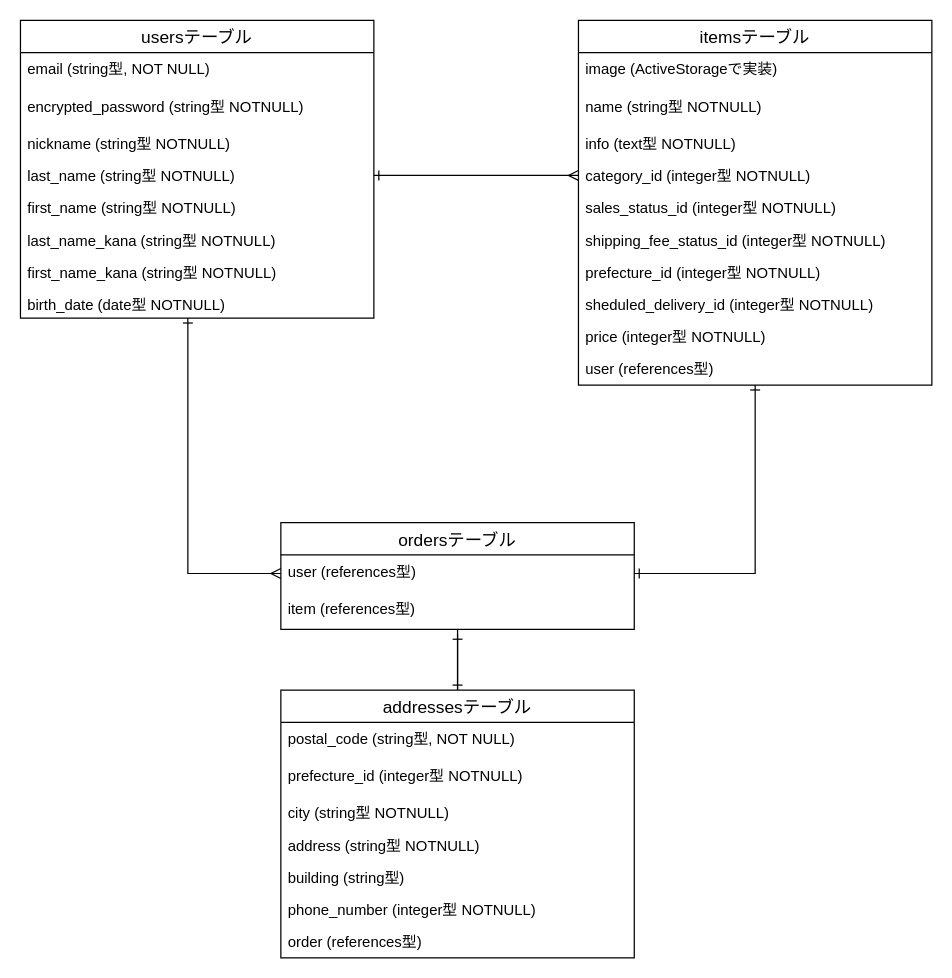
This is test.dio from deguchi0527/furima-35228, a draw.io file, before an edit. Source tidied: cells renumbered, new cells numbered last; positions are measured from the earlier drawing's top-left corner, leaving out a move shared by most shapes. Both pictures are drawn from the tidied source at 124%, with x=0, y=0 at pixel (20, 20).
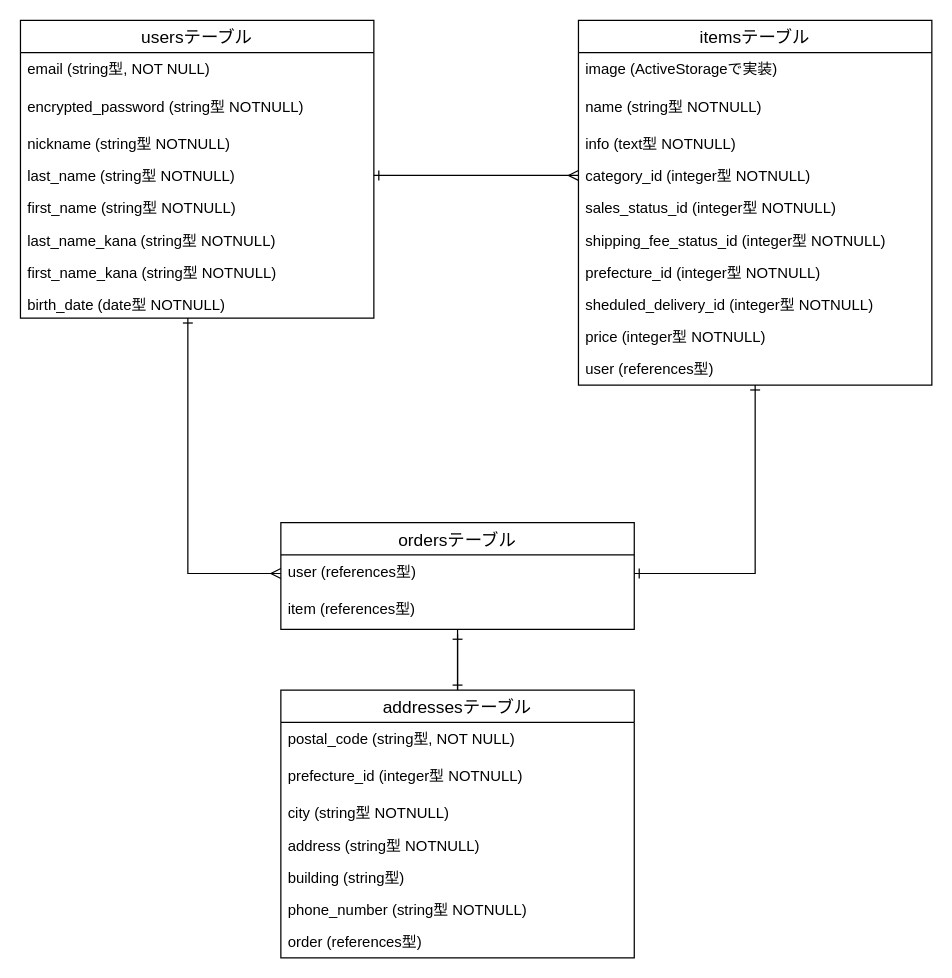
Above is the later version.

Commit message (it also covers changes not shown here):
コメントの追加修正

The change refers to these unchanged cells:
```xml
<mxCell id="29" value="addressesテーブル" style="swimlane;fontStyle=0;horizontal=1;startSize=26;align=center;fontSize=14;" parent="1" vertex="1">
  <mxGeometry x="210" y="540" width="285" height="216" as="geometry" />
</mxCell>
```

Diff of the diagram source:
```diff
@@
-    <mxCell id="35" value="phone_number (integer型 NOTNULL)" style="text;strokeColor=none;fillColor=none;spacingLeft=4;spacingRight=4;overflow=hidden;fontSize=12;" parent="29" vertex="1">
+    <mxCell id="35" value="phone_number (string型 NOTNULL)" style="text;strokeColor=none;fillColor=none;spacingLeft=4;spacingRight=4;overflow=hidden;fontSize=12;" parent="29" vertex="1">
       <mxGeometry y="164" width="285" height="26" as="geometry" />
     </mxCell>
```
